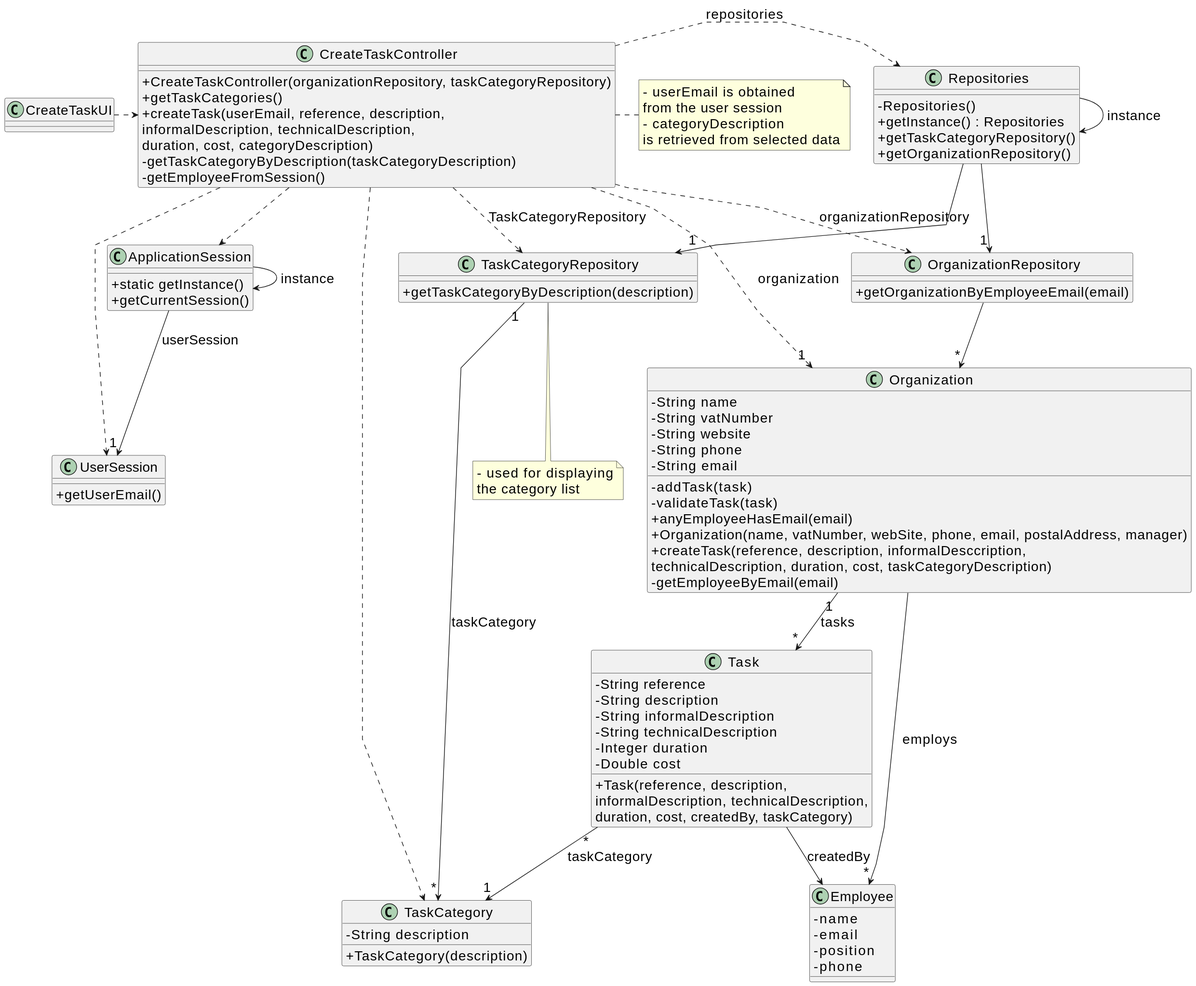
diogoveirospro/lei-24-s2-1dg-g072 keeps this PlantUML diagram as docs/sprintB/us008/03.design/svg/us008-class-diagram.svg. Above is the earlier version.
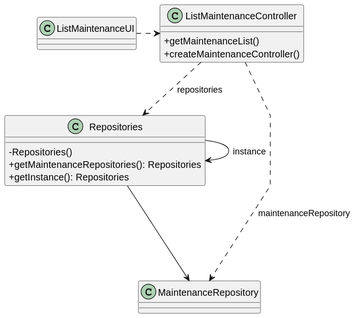
After the change.

Commit message:
Updated the diagram class of US08 and US01 Rationale

What changed in the source:
```diff
@@ -1,5 +1,4 @@
 @startuml
-skinparamlocked defaultFontSize 20
 skinparam packageStyle rectangle
 skinparam shadowing false
 skinparam linetype polyline
@@ -7,120 +6,25 @@
 skinparam classAttributeIconSize 0
 
 
-class ApplicationSession
-{
-    + static getInstance()
-    + getCurrentSession()
+class ListMaintenanceUI{
+
+}
+class ListMaintenanceController{
+    + getMaintenanceList()
+    + createMaintenanceController()
+}
+class MaintenanceRepository{
 }
 
-class UserSession
-{
-    + getUserEmail()
+class Repositories{
+ - Repositories()
+ + getMaintenanceRepositories(): Repositories
+ + getInstance(): Repositories
 }
 
-class Employee {
-    - name
-    - email
-    - position
-    - phone
-}
-
-class Task {
-    - String reference
-    - String description
-    - String informalDescription
-    - String technicalDescription
-    - Integer duration
-    - Double cost
-
-    + Task(reference, description,\ninformalDescription, technicalDescription,\nduration, cost, createdBy, taskCategory)
-}
-
-class TaskCategory {
-    - String description
-
-    + TaskCategory(description)
-}
-
-class Organization {
-    - String name
-    - String vatNumber
-    - String website
-    - String phone
-    - String email
-
-    - addTask(task)
-    - validateTask(task)
-    + anyEmployeeHasEmail(email)
-    + Organization(name, vatNumber, webSite, phone, email, postalAddress, manager)
-    + createTask(reference, description, informalDesccription,\ntechnicalDescription, duration, cost, taskCategoryDescription)
-    - getEmployeeByEmail(email)
-
-}
-
-class TaskCategoryRepository {
-    + getTaskCategoryByDescription(description)
-}
-
-class OrganizationRepository {
-    + getOrganizationByEmployeeEmail(email)
-}
-
-class Repositories {
-    - Repositories()
-    + getInstance() : Repositories
-    + getTaskCategoryRepository()
-    + getOrganizationRepository()
-}
-
-class CreateTaskController {
-    + CreateTaskController(organizationRepository, taskCategoryRepository)
-    + getTaskCategories()
-    + createTask(userEmail, reference, description,\ninformalDescription, technicalDescription,\nduration, cost, categoryDescription)
-    - getTaskCategoryByDescription(taskCategoryDescription)
-    - getEmployeeFromSession()
-}
-
-note right of CreateTaskController
-    - userEmail is obtained
-    from the user session
-    - categoryDescription
-    is retrieved from selected data
-end note
-
-note bottom of TaskCategoryRepository
-    - used for displaying
-    the category list
-end note
-
-class CreateTaskUI {
-}
-
+ListMaintenanceUI .> ListMaintenanceController
+ListMaintenanceController ..> Repositories : repositories
 Repositories -> Repositories : instance
-ApplicationSession -> ApplicationSession : instance
-
-CreateTaskUI .> CreateTaskController
-
-CreateTaskController .> Repositories : repositories
-
-Repositories -> "1" TaskCategoryRepository
-
-CreateTaskController ..> TaskCategory
-CreateTaskController ..> OrganizationRepository : organizationRepository
-CreateTaskController ..> TaskCategoryRepository : TaskCategoryRepository
-
-Repositories --> "1" OrganizationRepository
-
-OrganizationRepository --> "*" Organization
-ApplicationSession --> "1" UserSession : userSession
-
-CreateTaskController ..> "1" Organization : organization
-CreateTaskController ..> ApplicationSession
-CreateTaskController ..> UserSession
-Task "*" --> "1" TaskCategory : taskCategory
-TaskCategoryRepository "1" --> "*" TaskCategory : taskCategory
-Organization "1" --> "*" Task : tasks
-Task --> Employee : createdBy
-
-Organization --> "*" Employee : employs
+ListMaintenanceController .> MaintenanceRepository: maintenanceRepository
+Repositories ---> MaintenanceRepository
 @enduml
```
